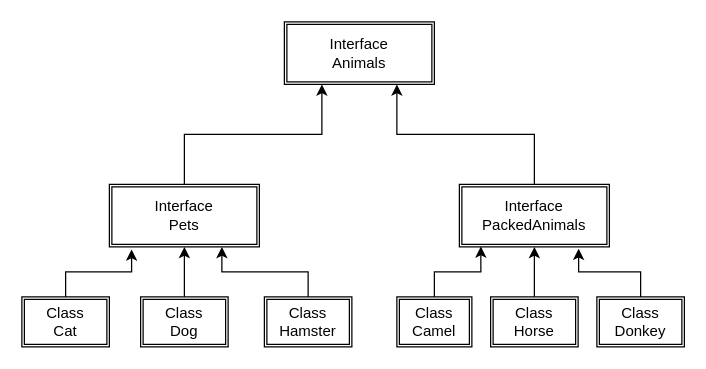
The draw.io diagram diagramm/klassDiagramm.drawio in AlexandrTolstov/GBAnimalAccountSystem, before the edit. Source tidied: cells renumbered, new cells numbered last; positions are measured from the earlier drawing's top-left corner, leaving out a move shared by most shapes. Both pictures are drawn from the tidied source at 125%, with x=0, y=0 at pixel (21, 21).
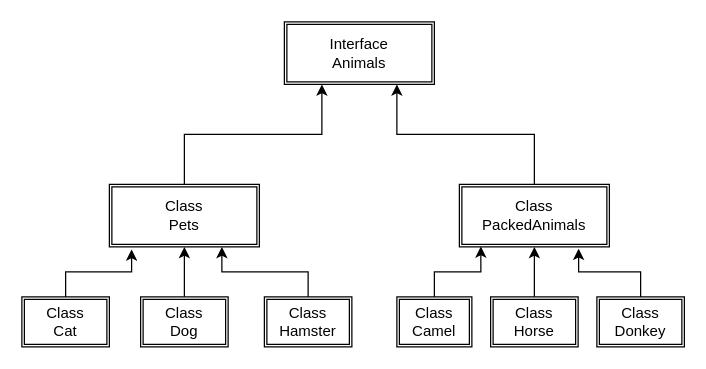
The same diagram, later.

The edit, as a diff of the source:
```diff
@@
 <mxGraphModel>
   <root>
     <mxCell id="0" />
     <mxCell id="1" parent="0" />
     <mxCell id="2" value="Interface&lt;br&gt;Animals" style="shape=ext;double=1;rounded=0;whiteSpace=wrap;html=1;" parent="1" vertex="1">
       <mxGeometry x="210" width="120" height="50" as="geometry" />
     </mxCell>
     <mxCell id="3" style="edgeStyle=orthogonalEdgeStyle;rounded=0;jettySize=auto;html=1;exitX=0.5;exitY=0;exitDx=0;exitDy=0;entryX=0.25;entryY=1;entryDx=0;entryDy=0;" parent="1" edge="1" source="4" target="2">
       <mxGeometry relative="1" as="geometry" />
     </mxCell>
-    <mxCell id="4" value="Interface&lt;br&gt;Pets" style="shape=ext;double=1;rounded=0;whiteSpace=wrap;html=1;" parent="1" vertex="1">
+    <mxCell id="4" value="Class&lt;br&gt;Pets" style="shape=ext;double=1;rounded=0;whiteSpace=wrap;html=1;" parent="1" vertex="1">
       <mxGeometry x="70" y="130" width="120" height="50" as="geometry" />
     </mxCell>
     <mxCell id="5" style="edgeStyle=orthogonalEdgeStyle;rounded=0;jettySize=auto;html=1;exitX=0.5;exitY=0;exitDx=0;exitDy=0;entryX=0.75;entryY=1;entryDx=0;entryDy=0;" parent="1" edge="1" source="6" target="2">
       <mxGeometry relative="1" as="geometry" />
     </mxCell>
-    <mxCell id="6" value="Interface&lt;br&gt;PackedAnimals" style="shape=ext;double=1;rounded=0;whiteSpace=wrap;html=1;" parent="1" vertex="1">
+    <mxCell id="6" value="Class&lt;br&gt;PackedAnimals" style="shape=ext;double=1;rounded=0;whiteSpace=wrap;html=1;" parent="1" vertex="1">
       <mxGeometry x="350" y="130" width="120" height="50" as="geometry" />
     </mxCell>
     <mxCell id="7" style="edgeStyle=orthogonalEdgeStyle;rounded=0;jettySize=auto;html=1;exitX=0.5;exitY=0;exitDx=0;exitDy=0;entryX=0.5;entryY=1;entryDx=0;entryDy=0;" parent="1" edge="1" source="8" target="4">
       <mxGeometry relative="1" as="geometry" />
     </mxCell>
     <mxCell id="8" value="Class&lt;br&gt;Dog" style="shape=ext;double=1;rounded=0;whiteSpace=wrap;html=1;" parent="1" vertex="1">
       <mxGeometry x="95" y="220" width="70" height="40" as="geometry" />
     </mxCell>
     <mxCell id="9" value="Class&lt;br&gt;Cat" style="shape=ext;double=1;rounded=0;whiteSpace=wrap;html=1;" parent="1" vertex="1">
       <mxGeometry y="220" width="70" height="40" as="geometry" />
     </mxCell>
     <mxCell id="10" style="edgeStyle=orthogonalEdgeStyle;rounded=0;jettySize=auto;html=1;exitX=0.5;exitY=0;exitDx=0;exitDy=0;entryX=0.75;entryY=1;entryDx=0;entryDy=0;" parent="1" edge="1" source="11" target="4">
       <mxGeometry relative="1" as="geometry" />
     </mxCell>
     <mxCell id="11" value="Class&lt;br&gt;Hamster" style="shape=ext;double=1;rounded=0;whiteSpace=wrap;html=1;" parent="1" vertex="1">
       <mxGeometry x="194" y="220" width="70" height="40" as="geometry" />
     </mxCell>
     <mxCell id="12" style="edgeStyle=orthogonalEdgeStyle;rounded=0;jettySize=auto;html=1;exitX=0.5;exitY=0;exitDx=0;exitDy=0;entryX=0.148;entryY=1.04;entryDx=0;entryDy=0;entryPerimeter=0;" parent="1" edge="1" source="9" target="4">
       <mxGeometry relative="1" as="geometry" />
     </mxCell>
     <mxCell id="13" style="edgeStyle=orthogonalEdgeStyle;rounded=0;jettySize=auto;html=1;exitX=0.5;exitY=0;exitDx=0;exitDy=0;entryX=0.5;entryY=1;entryDx=0;entryDy=0;" parent="1" edge="1" source="14" target="6">
       <mxGeometry relative="1" as="geometry" />
     </mxCell>
     <mxCell id="14" value="Class&lt;br&gt;Horse" style="shape=ext;double=1;rounded=0;whiteSpace=wrap;html=1;" parent="1" vertex="1">
       <mxGeometry x="375" y="220" width="70" height="40" as="geometry" />
     </mxCell>
     <mxCell id="15" value="Class&lt;br&gt;Camel" style="shape=ext;double=1;rounded=0;whiteSpace=wrap;html=1;" parent="1" vertex="1">
       <mxGeometry x="300" y="220" width="60" height="40" as="geometry" />
     </mxCell>
     <mxCell id="16" value="Class&lt;br&gt;Donkey" style="shape=ext;double=1;rounded=0;whiteSpace=wrap;html=1;" parent="1" vertex="1">
       <mxGeometry x="460" y="220" width="70" height="40" as="geometry" />
     </mxCell>
     <mxCell id="17" style="edgeStyle=orthogonalEdgeStyle;rounded=0;jettySize=auto;html=1;exitX=0.5;exitY=0;exitDx=0;exitDy=0;entryX=0.143;entryY=0.994;entryDx=0;entryDy=0;entryPerimeter=0;" parent="1" edge="1" source="15" target="6">
       <mxGeometry relative="1" as="geometry" />
     </mxCell>
     <mxCell id="18" style="edgeStyle=orthogonalEdgeStyle;rounded=0;jettySize=auto;html=1;exitX=0.5;exitY=0;exitDx=0;exitDy=0;entryX=0.795;entryY=1.029;entryDx=0;entryDy=0;entryPerimeter=0;" parent="1" edge="1" source="16" target="6">
       <mxGeometry relative="1" as="geometry" />
     </mxCell>
   </root>
 </mxGraphModel>
```
